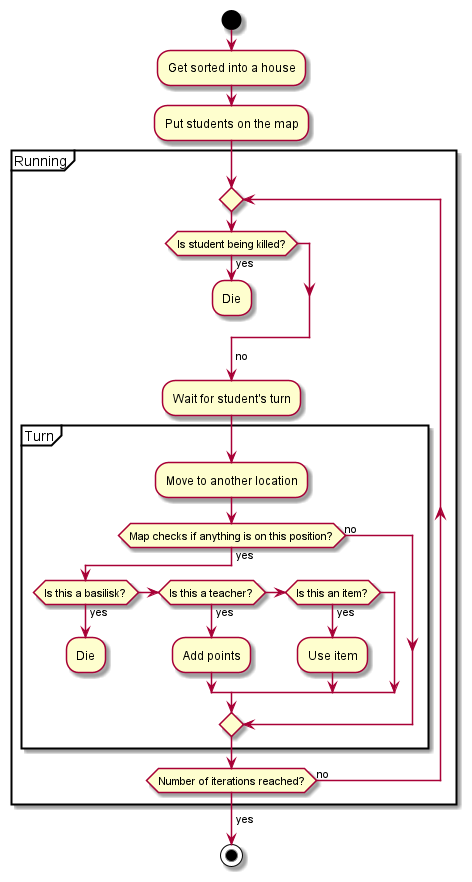
The PlantUML diagram diagrams/activity-student.png in bauerkamil/hogwartSim, before a commit.
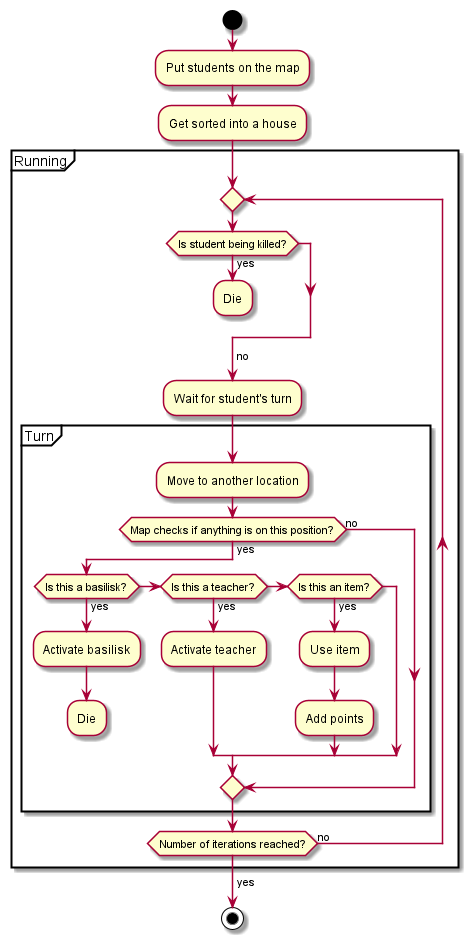
Later version of the same file.

Change to the diagram source:
```diff
@@ -2,8 +2,9 @@
 
 start
 
+:Put students on the map;
 :Get sorted into a house;
-:Put students on the map;
+
 
 partition Running {
     repeat
@@ -17,12 +18,14 @@
             :Move to another location;
             if (Map checks if anything is on this position?) then (yes)
                 if (Is this a basilisk?) then (yes)
+                    :Activate basilisk;
                     :Die;
                     kill
                 elseif (Is this a teacher?) then (yes)
-                    :Add points;
+                    :Activate teacher;
                 elseif (Is this an item?) then (yes)
                     :Use item;
+                    :Add points;
                 endif
             else (no)
             endif
```
